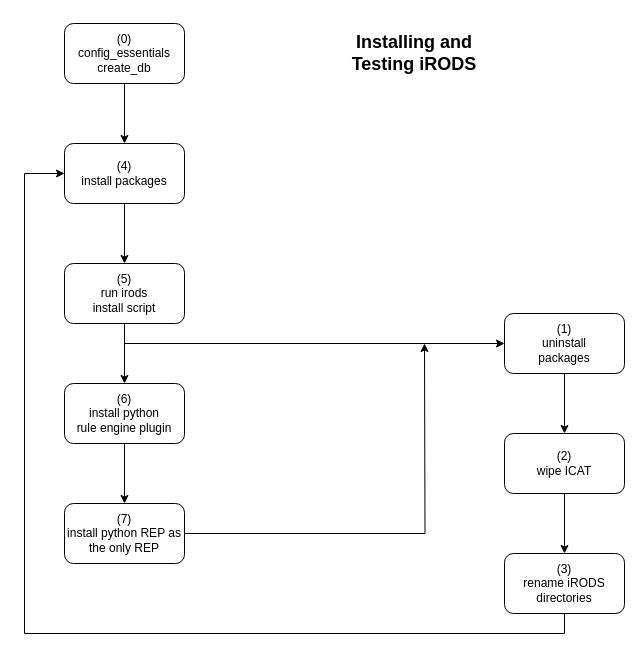
Earlier version of the draw.io diagram irods_install.drawio (d-w-moore/dev_docs_irods). Source tidied: cells renumbered, new cells numbered last; positions are measured from the earlier drawing's top-left corner, leaving out a move shared by most shapes. Both pictures are drawn from the tidied source at 100%, with x=0, y=0 at pixel (24, 23).
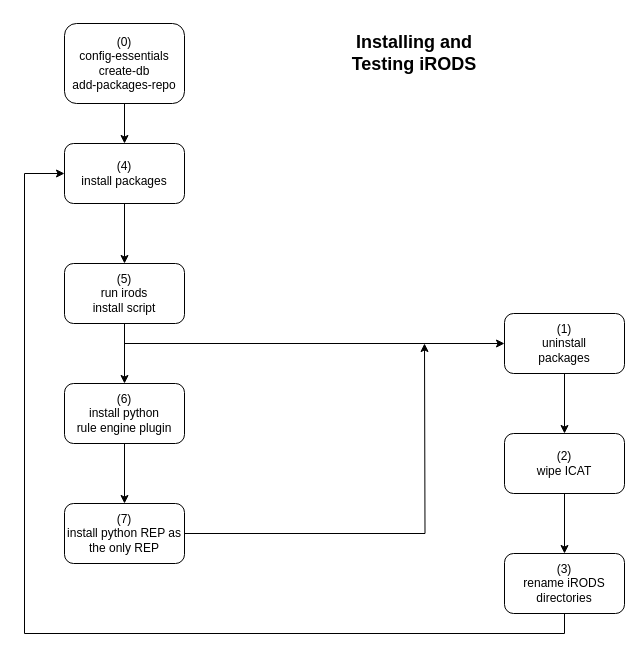
The same diagram, later.

The edit, as a diff of the source:
```diff
@@
-    <mxCell id="3" value="&lt;div&gt;(0)&lt;/div&gt;&lt;div&gt;config_essentials&lt;/div&gt;&lt;div&gt;create_db&lt;br&gt;&lt;/div&gt;" style="rounded=1;whiteSpace=wrap;html=1;" parent="1" vertex="1">
-      <mxGeometry x="40" width="120" height="60" as="geometry" />
+    <mxCell id="3" value="&lt;div&gt;(0)&lt;/div&gt;&lt;div&gt;config-essentials&lt;/div&gt;&lt;div&gt;create-db&lt;/div&gt;&lt;div&gt;add-packages-repo&lt;br&gt;&lt;/div&gt;" style="rounded=1;whiteSpace=wrap;html=1;" parent="1" vertex="1">
+      <mxGeometry x="40" width="120" height="80" as="geometry" />
     </mxCell>
```
